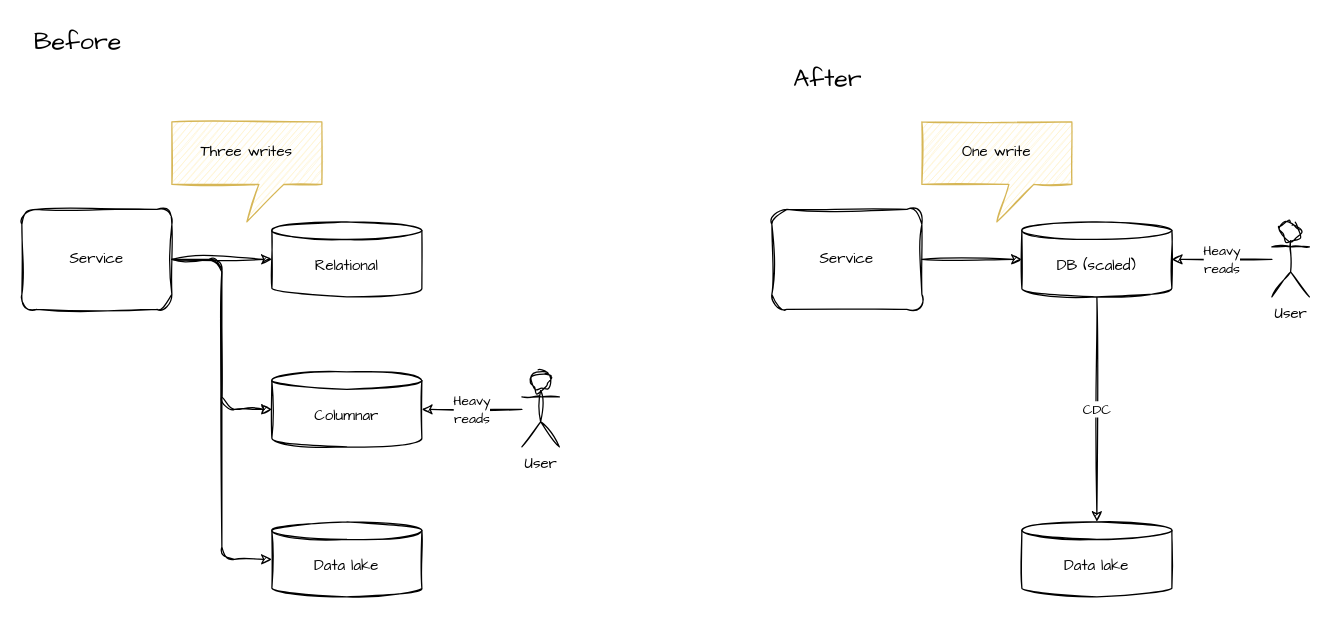
codingconcepts/architecture-simplification keeps this draw.io diagram as 002_hyper_specialized_dbs/dual_write/diagram.drawio. Above is the earlier version. Source tidied: cells renumbered, new cells numbered last; positions are measured from the earlier drawing's top-left corner, leaving out a move shared by most shapes. Both pictures are drawn from the tidied source at 125%, with x=0, y=0 at pixel (21, 21).
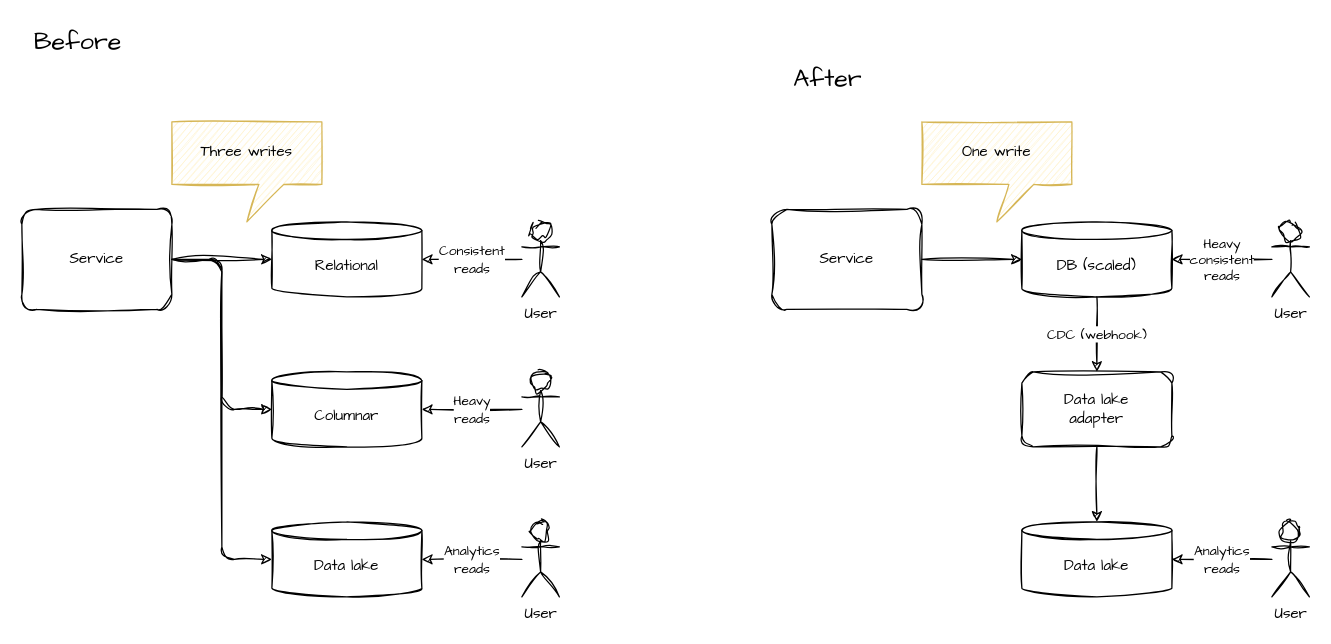
The same page after the edit.

Unchanged cells that the change refers to:
```xml
<mxCell id="7" value="Relational" style="shape=cylinder3;whiteSpace=wrap;html=1;boundedLbl=1;backgroundOutline=1;size=7;sketch=1;fontFamily=Architects Daughter;fillColor=none;" parent="1" vertex="1">
  <mxGeometry x="200" y="160" width="120" height="60" as="geometry" />
</mxCell>
<mxCell id="9" value="Data lake" style="shape=cylinder3;whiteSpace=wrap;html=1;boundedLbl=1;backgroundOutline=1;size=7;sketch=1;fontFamily=Architects Daughter;fillColor=none;" parent="1" vertex="1">
  <mxGeometry x="200" y="400" width="120" height="60" as="geometry" />
</mxCell>
<mxCell id="15" value="Data lake" style="shape=cylinder3;whiteSpace=wrap;html=1;boundedLbl=1;backgroundOutline=1;size=7;sketch=1;fontFamily=Architects Daughter;fillColor=none;" parent="1" vertex="1">
  <mxGeometry x="800" y="400" width="120" height="60" as="geometry" />
</mxCell>
<mxCell id="19" value="User" style="shape=umlActor;verticalLabelPosition=bottom;verticalAlign=top;html=1;outlineConnect=0;fontFamily=Architects Daughter;sketch=1;curveFitting=1;jiggle=2;" parent="1" vertex="1">
  <mxGeometry x="1000" y="160" width="30" height="60" as="geometry" />
</mxCell>
```

Diff of the diagram source:
```diff
@@
-    <mxCell id="13" value="CDC" style="edgeStyle=orthogonalEdgeStyle;sketch=1;html=1;entryX=0.5;entryY=0;entryDx=0;entryDy=0;entryPerimeter=0;fontFamily=Architects Daughter;" parent="1" edge="1" source="14" target="15">
+    <mxCell id="13" value="CDC (webhook)" style="edgeStyle=orthogonalEdgeStyle;sketch=1;html=1;entryX=0.5;entryY=0;entryDx=0;entryDy=0;fontFamily=Architects Daughter;" parent="1" edge="1" source="14" target="29">
       <mxGeometry relative="1" as="geometry" />
     </mxCell>
-    <mxCell id="14" value="DB (scaled)" style="shape=cylinder3;whiteSpace=wrap;html=1;boundedLbl=1;backgroundOutline=1;size=7;sketch=1;fontFamily=Architects Daughter;fillColor=default;" parent="1" vertex="1">
+    <mxCell id="14" value="DB (scaled)" style="shape=cylinder3;whiteSpace=wrap;html=1;boundedLbl=1;backgroundOutline=1;size=7;sketch=1;fontFamily=Architects Daughter;fillColor=none;" parent="1" vertex="1">
       <mxGeometry x="800" y="160" width="120" height="60" as="geometry" />
     </mxCell>
@@
-    <mxCell id="18" value="Heavy&lt;br&gt;reads" style="edgeStyle=orthogonalEdgeStyle;sketch=1;html=1;entryX=1;entryY=0.5;entryDx=0;entryDy=0;entryPerimeter=0;fontFamily=Architects Daughter;" parent="1" edge="1" source="19" target="14">
+    <mxCell id="18" value="Heavy&lt;br&gt;consistent&lt;br&gt;reads" style="edgeStyle=orthogonalEdgeStyle;sketch=1;html=1;entryX=1;entryY=0.5;entryDx=0;entryDy=0;entryPerimeter=0;fontFamily=Architects Daughter;" parent="1" edge="1" source="19" target="14">
       <mxGeometry relative="1" as="geometry" />
     </mxCell>
@@
+    <mxCell id="22" value="Analytics&lt;br&gt;reads" style="edgeStyle=orthogonalEdgeStyle;sketch=1;html=1;fontFamily=Architects Daughter;entryX=1;entryY=0.5;entryDx=0;entryDy=0;entryPerimeter=0;" parent="1" edge="1" source="23" target="9">
+      <mxGeometry relative="1" as="geometry" />
+    </mxCell>
+    <mxCell id="23" value="User" style="shape=umlActor;verticalLabelPosition=bottom;verticalAlign=top;html=1;outlineConnect=0;fontFamily=Architects Daughter;sketch=1;curveFitting=1;jiggle=2;" parent="1" vertex="1">
+      <mxGeometry x="400" y="400" width="30" height="60" as="geometry" />
+    </mxCell>
+    <mxCell id="24" value="Analytics&lt;br&gt;reads" style="edgeStyle=orthogonalEdgeStyle;sketch=1;html=1;fontFamily=Architects Daughter;entryX=1;entryY=0.5;entryDx=0;entryDy=0;entryPerimeter=0;" parent="1" edge="1" source="25" target="15">
+      <mxGeometry relative="1" as="geometry" />
+    </mxCell>
+    <mxCell id="25" value="User" style="shape=umlActor;verticalLabelPosition=bottom;verticalAlign=top;html=1;outlineConnect=0;fontFamily=Architects Daughter;sketch=1;curveFitting=1;jiggle=2;" parent="1" vertex="1">
+      <mxGeometry x="1000" y="400" width="30" height="60" as="geometry" />
+    </mxCell>
+    <mxCell id="26" value="Consistent&lt;br&gt;reads" style="edgeStyle=orthogonalEdgeStyle;sketch=1;html=1;fontFamily=Architects Daughter;entryX=1;entryY=0.5;entryDx=0;entryDy=0;entryPerimeter=0;" parent="1" edge="1" source="27" target="7">
+      <mxGeometry relative="1" as="geometry" />
+    </mxCell>
+    <mxCell id="27" value="User" style="shape=umlActor;verticalLabelPosition=bottom;verticalAlign=top;html=1;outlineConnect=0;fontFamily=Architects Daughter;sketch=1;curveFitting=1;jiggle=2;" parent="1" vertex="1">
+      <mxGeometry x="400" y="160" width="30" height="60" as="geometry" />
+    </mxCell>
+    <mxCell id="28" style="edgeStyle=none;sketch=1;hachureGap=4;jiggle=2;curveFitting=1;html=1;entryX=0.5;entryY=0;entryDx=0;entryDy=0;entryPerimeter=0;fontFamily=Architects Daughter;fontSize=16;" parent="1" edge="1" source="29" target="15">
+      <mxGeometry relative="1" as="geometry" />
+    </mxCell>
+    <mxCell id="29" value="Data lake&lt;br style=&quot;font-size: 12px;&quot;&gt;adapter" style="rounded=1;whiteSpace=wrap;html=1;sketch=1;hachureGap=4;jiggle=2;curveFitting=1;fontFamily=Architects Daughter;fontSize=12;fillColor=none;" parent="1" vertex="1">
+      <mxGeometry x="800" y="280" width="120" height="60" as="geometry" />
+    </mxCell>
```
